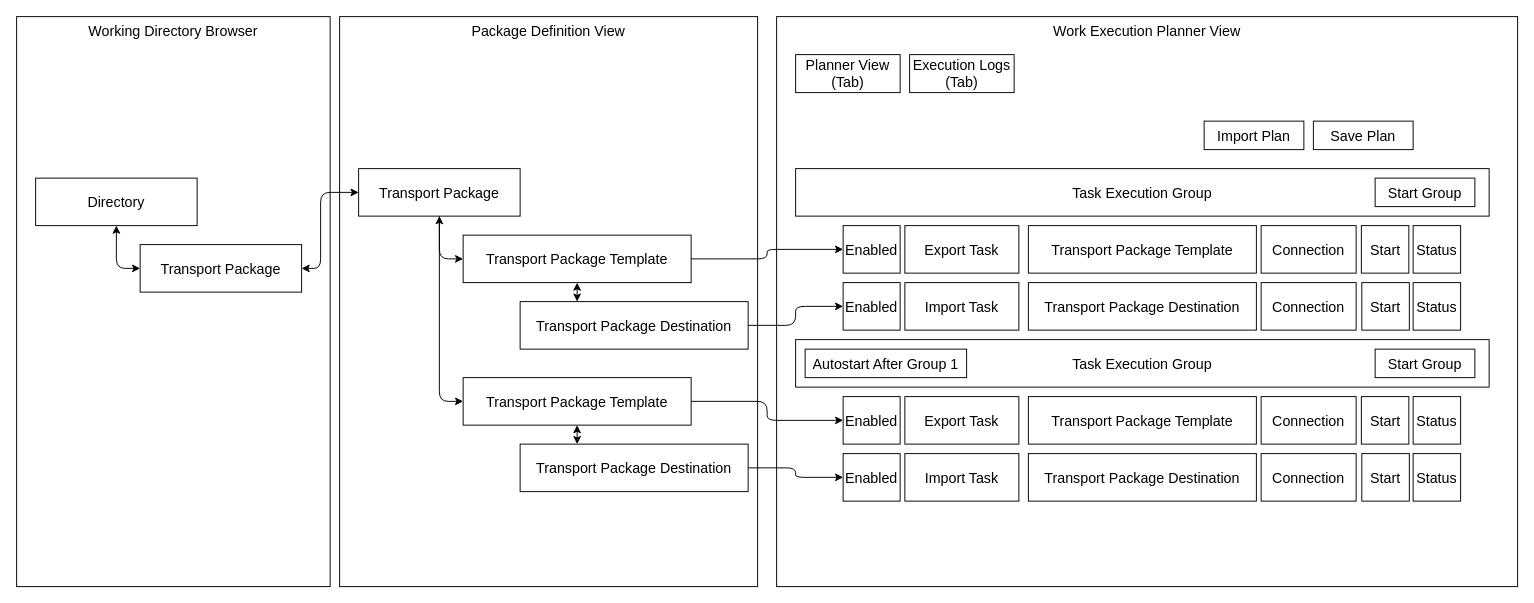
Above: page "Package Manager" (2 of 2) of ApplicationDiagrams.drawio in m40-dev/transport-management-tool (draw.io), before the change. Source tidied: cells renumbered, new cells numbered last; positions are measured from the earlier drawing's top-left corner, leaving out a move shared by most shapes. Both pictures are drawn from the tidied source at 95%, with x=0, y=0 at pixel (16, 16).
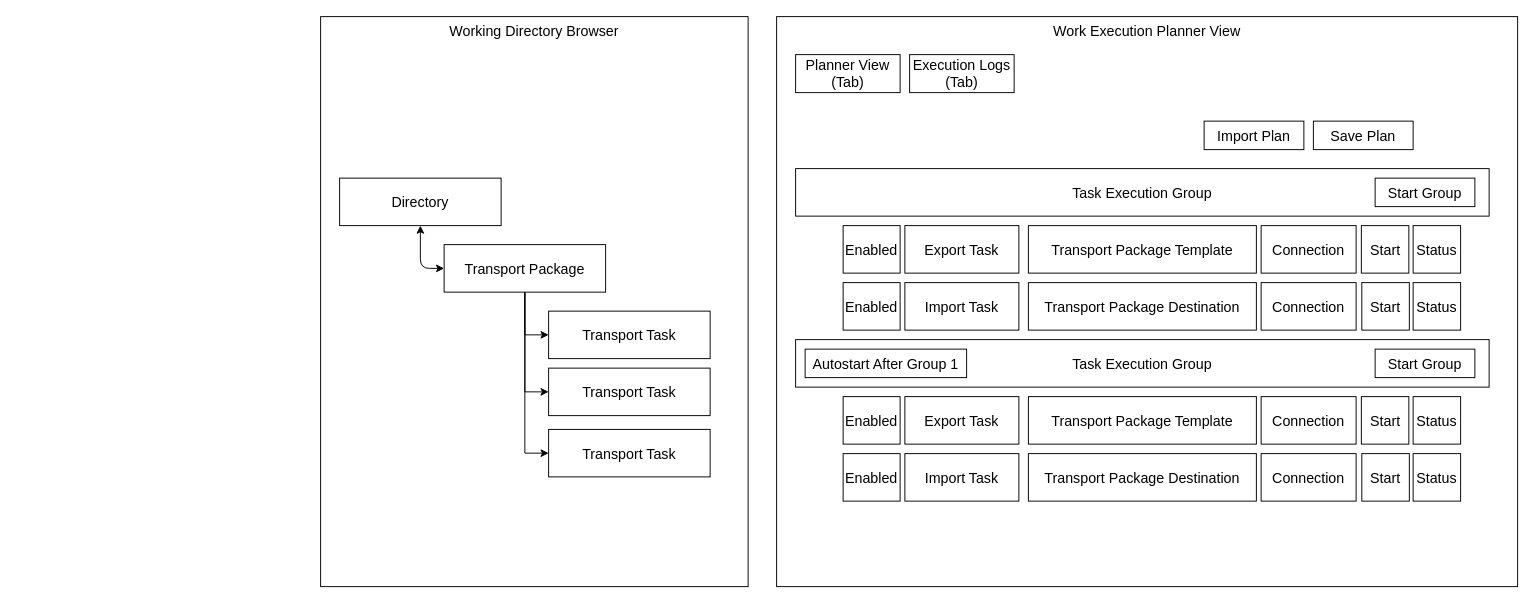
After the change.

Unchanged cells that the change refers to:
```xml
<mxCell id="33" value="Enabled" style="rounded=0;whiteSpace=wrap;html=1;fontSize=15;" parent="1" vertex="1">
  <mxGeometry x="870" y="220" width="60" height="50" as="geometry" />
</mxCell>
<mxCell id="34" value="Enabled" style="rounded=0;whiteSpace=wrap;html=1;fontSize=15;" parent="1" vertex="1">
  <mxGeometry x="870" y="280" width="60" height="50" as="geometry" />
</mxCell>
<mxCell id="35" value="Enabled" style="rounded=0;whiteSpace=wrap;html=1;fontSize=15;" parent="1" vertex="1">
  <mxGeometry x="870" y="400" width="60" height="50" as="geometry" />
</mxCell>
<mxCell id="36" value="Enabled" style="rounded=0;whiteSpace=wrap;html=1;fontSize=15;" parent="1" vertex="1">
  <mxGeometry x="870" y="460" width="60" height="50" as="geometry" />
</mxCell>
```

The edit, as a diff of the source:
```diff
@@
     <mxCell id="2" value="Working Directory Browser" style="rounded=0;whiteSpace=wrap;html=1;fontSize=15;verticalAlign=top;" parent="1" vertex="1">
-      <mxGeometry width="330" height="600" as="geometry" />
+      <mxGeometry x="320" width="450" height="600" as="geometry" />
     </mxCell>
-    <mxCell id="3" value="Package Definition View" style="rounded=0;whiteSpace=wrap;html=1;fontSize=15;verticalAlign=top;" parent="1" vertex="1">
-      <mxGeometry x="340" width="440" height="600" as="geometry" />
-    </mxCell>
@@
     <mxCell id="6" value="Directory" style="rounded=0;whiteSpace=wrap;html=1;fontSize=15;" parent="1" vertex="1">
-      <mxGeometry x="20" y="170" width="170" height="50" as="geometry" />
+      <mxGeometry x="340" y="170" width="170" height="50" as="geometry" />
     </mxCell>
-    <mxCell id="7" style="edgeStyle=orthogonalEdgeStyle;rounded=1;jettySize=auto;html=1;exitX=1;exitY=0.5;exitDx=0;exitDy=0;entryX=0;entryY=0.5;entryDx=0;entryDy=0;fontSize=15;startArrow=classic;startFill=1;endArrow=classic;endFill=1;" parent="1" edge="1" source="8" target="11">
-      <mxGeometry relative="1" as="geometry">
-        <Array as="points">
-          <mxPoint x="320" y="265" />
-          <mxPoint x="320" y="185" />
-        </Array>
-      </mxGeometry>
-    </mxCell>
+    <mxCell id="55" style="edgeStyle=orthogonalEdgeStyle;rounded=0;jettySize=auto;html=1;entryX=0;entryY=0.5;entryDx=0;entryDy=0;" parent="1" edge="1" source="8" target="58">
+      <mxGeometry relative="1" as="geometry" />
+    </mxCell>
+    <mxCell id="56" style="edgeStyle=orthogonalEdgeStyle;rounded=0;jettySize=auto;html=1;entryX=0;entryY=0.5;entryDx=0;entryDy=0;" parent="1" edge="1" source="8" target="59">
+      <mxGeometry relative="1" as="geometry" />
+    </mxCell>
+    <mxCell id="57" style="edgeStyle=orthogonalEdgeStyle;rounded=0;jettySize=auto;html=1;entryX=0;entryY=0.5;entryDx=0;entryDy=0;" parent="1" edge="1" source="8" target="60">
+      <mxGeometry relative="1" as="geometry" />
+    </mxCell>
     <mxCell id="8" value="Transport Package" style="rounded=0;whiteSpace=wrap;html=1;fontSize=15;" parent="1" vertex="1">
-      <mxGeometry x="130" y="240" width="170" height="50" as="geometry" />
+      <mxGeometry x="450" y="240" width="170" height="50" as="geometry" />
     </mxCell>
-    <mxCell id="9" style="edgeStyle=orthogonalEdgeStyle;rounded=1;jettySize=auto;html=1;entryX=0;entryY=0.5;entryDx=0;entryDy=0;fontSize=15;startArrow=classic;startFill=1;endArrow=classic;endFill=1;" parent="1" edge="1" source="11" target="14">
-      <mxGeometry relative="1" as="geometry" />
-    </mxCell>
-    <mxCell id="10" style="edgeStyle=orthogonalEdgeStyle;rounded=1;jettySize=auto;html=1;exitX=0.5;exitY=1;exitDx=0;exitDy=0;entryX=0;entryY=0.5;entryDx=0;entryDy=0;fontSize=15;startArrow=none;startFill=0;endArrow=classic;endFill=1;" parent="1" edge="1" source="11" target="52">
-      <mxGeometry relative="1" as="geometry" />
-    </mxCell>
-    <mxCell id="11" value="Transport Package" style="rounded=0;whiteSpace=wrap;html=1;fontSize=15;" parent="1" vertex="1">
-      <mxGeometry x="360" y="160" width="170" height="50" as="geometry" />
-    </mxCell>
-    <mxCell id="12" style="edgeStyle=orthogonalEdgeStyle;rounded=1;jettySize=auto;html=1;exitX=0.5;exitY=1;exitDx=0;exitDy=0;entryX=0.25;entryY=0;entryDx=0;entryDy=0;fontSize=15;startArrow=classic;startFill=1;endArrow=classic;endFill=1;" parent="1" edge="1" source="14" target="16">
-      <mxGeometry relative="1" as="geometry" />
-    </mxCell>
-    <mxCell id="13" style="edgeStyle=orthogonalEdgeStyle;rounded=1;jettySize=auto;html=1;exitX=1;exitY=0.5;exitDx=0;exitDy=0;entryX=0;entryY=0.5;entryDx=0;entryDy=0;fontSize=15;startArrow=none;startFill=0;endArrow=classic;endFill=1;" parent="1" edge="1" source="14" target="33">
-      <mxGeometry relative="1" as="geometry" />
-    </mxCell>
-    <mxCell id="14" value="Transport Package Template" style="rounded=0;whiteSpace=wrap;html=1;fontSize=15;" parent="1" vertex="1">
-      <mxGeometry x="470" y="230" width="240" height="50" as="geometry" />
-    </mxCell>
-    <mxCell id="15" style="edgeStyle=orthogonalEdgeStyle;rounded=1;jettySize=auto;html=1;exitX=1;exitY=0.5;exitDx=0;exitDy=0;fontSize=15;startArrow=none;startFill=0;endArrow=classic;endFill=1;" parent="1" edge="1" source="16" target="34">
-      <mxGeometry relative="1" as="geometry" />
-    </mxCell>
-    <mxCell id="16" value="Transport Package Destination" style="rounded=0;whiteSpace=wrap;html=1;fontSize=15;" parent="1" vertex="1">
-      <mxGeometry x="530" y="300" width="240" height="50" as="geometry" />
-    </mxCell>
@@
-    <mxCell id="50" style="edgeStyle=orthogonalEdgeStyle;rounded=1;jettySize=auto;html=1;exitX=0.5;exitY=1;exitDx=0;exitDy=0;entryX=0.25;entryY=0;entryDx=0;entryDy=0;fontSize=15;startArrow=classic;startFill=1;endArrow=classic;endFill=1;" parent="1" edge="1" source="52" target="54">
-      <mxGeometry relative="1" as="geometry" />
-    </mxCell>
-    <mxCell id="51" style="edgeStyle=orthogonalEdgeStyle;rounded=1;jettySize=auto;html=1;exitX=1;exitY=0.5;exitDx=0;exitDy=0;fontSize=15;startArrow=none;startFill=0;endArrow=classic;endFill=1;" parent="1" edge="1" source="52" target="35">
-      <mxGeometry relative="1" as="geometry" />
-    </mxCell>
-    <mxCell id="52" value="Transport Package Template" style="rounded=0;whiteSpace=wrap;html=1;fontSize=15;" parent="1" vertex="1">
-      <mxGeometry x="470" y="380" width="240" height="50" as="geometry" />
-    </mxCell>
-    <mxCell id="53" style="edgeStyle=orthogonalEdgeStyle;rounded=1;jettySize=auto;html=1;fontSize=15;startArrow=none;startFill=0;endArrow=classic;endFill=1;" parent="1" edge="1" source="54" target="36">
-      <mxGeometry relative="1" as="geometry" />
-    </mxCell>
-    <mxCell id="54" value="Transport Package Destination" style="rounded=0;whiteSpace=wrap;html=1;fontSize=15;" parent="1" vertex="1">
-      <mxGeometry x="530" y="450" width="240" height="50" as="geometry" />
-    </mxCell>
+    <mxCell id="58" value="Transport Task" style="rounded=0;whiteSpace=wrap;html=1;fontSize=15;" parent="1" vertex="1">
+      <mxGeometry x="560" y="310" width="170" height="50" as="geometry" />
+    </mxCell>
+    <mxCell id="59" value="Transport Task" style="rounded=0;whiteSpace=wrap;html=1;fontSize=15;" parent="1" vertex="1">
+      <mxGeometry x="560" y="370" width="170" height="50" as="geometry" />
+    </mxCell>
+    <mxCell id="60" value="Transport Task" style="rounded=0;whiteSpace=wrap;html=1;fontSize=15;" parent="1" vertex="1">
+      <mxGeometry x="560" y="434.5" width="170" height="50" as="geometry" />
+    </mxCell>
```
